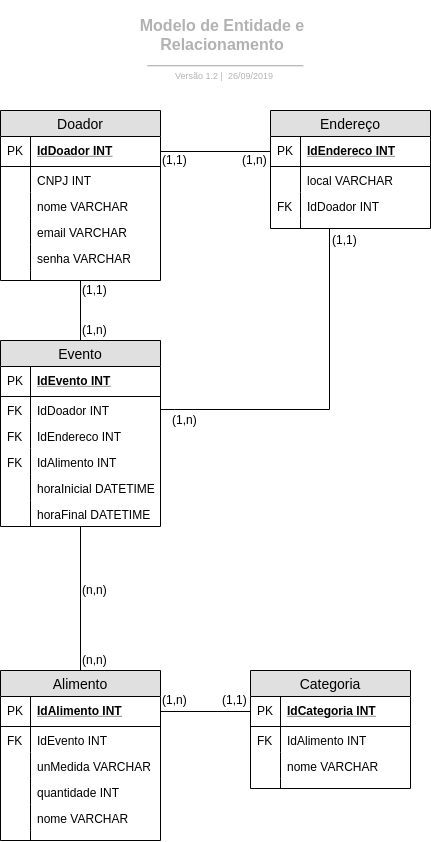
fga-eps-mds/2019.2-FoodCare keeps this draw.io diagram as assets/images/doc-arquitetura/MER.png. Above is the earlier version. Source tidied: cells renumbered, new cells last; positions are measured from the earlier drawing's top-left corner, leaving out a move shared by most shapes.
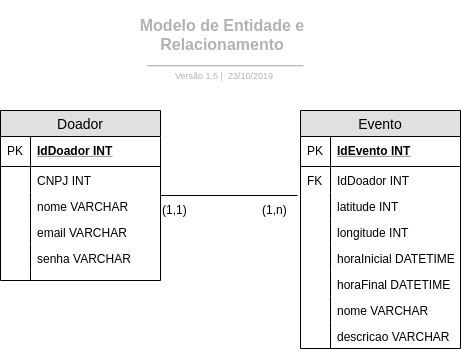
After the commit.

What changed in the source:
```diff
@@ -14,7 +14,7 @@
     <mxCell id="5" style="html=1;jettySize=18;fontSize=11;strokeColor=#b2b2b2;strokeOpacity=100;strokeWidth=1.2;rounded=1;arcSize=16;startArrow=none;endArrow=none;exitX=0.11699004487890208;exitY=0.9673824779331781;exitPerimeter=1;entryX=0.892957226153803;entryY=0.9673824779331781;entryPerimeter=1;" parent="3" edge="1" source="4" target="4">
       <mxGeometry relative="1" as="geometry" />
     </mxCell>
-    <mxCell id="6" value="Versão 1.2 |&amp;nbsp; 26/09/2019" style="html=1;whiteSpace=wrap;fontSize=9;fontColor=#b2b2b2;align=center;spacingLeft=5.628;spacingRight=9.38;spacingTop=2.68;spacing=4;strokeOpacity=0;fillOpacity=0;rounded=1;absoluteArcSize=1;arcSize=9.6;fillColor=#ffffff;strokeWidth=1.2;" parent="3" vertex="1">
+    <mxCell id="6" value="Versão 1.5 |&amp;nbsp; 23/10/2019" style="html=1;whiteSpace=wrap;fontSize=9;fontColor=#b2b2b2;align=center;spacingLeft=5.628;spacingRight=9.38;spacingTop=2.68;spacing=4;strokeOpacity=0;fillOpacity=0;rounded=1;absoluteArcSize=1;arcSize=9.6;fillColor=#ffffff;strokeWidth=1.2;" parent="3" vertex="1">
       <mxGeometry x="1.7" y="65.2" width="188.3" height="17.8" as="geometry" />
     </mxCell>
     <mxCell id="7" value="Doador" style="swimlane;fontStyle=0;horizontal=1;startSize=26;fillColor=#e0e0e0;swimlaneFillColor=#ffffff;align=center;fontSize=14;" parent="1" vertex="1">
@@ -56,41 +56,11 @@
     <mxCell id="19" style="shape=partialRectangle;top=0;left=0;bottom=0;fillColor=none;align=left;verticalAlign=top;spacingLeft=4;spacingRight=4;overflow=hidden;fontSize=12;" parent="18" vertex="1">
       <mxGeometry width="30" height="10" as="geometry" />
     </mxCell>
-    <mxCell id="20" style="edgeStyle=orthogonalEdgeStyle;rounded=0;jettySize=auto;html=1;exitX=1;exitY=0.5;exitDx=0;exitDy=0;endArrow=none;endFill=0;entryX=0;entryY=0.5;entryDx=0;entryDy=0;" parent="1" edge="1" source="8" target="22">
-      <mxGeometry relative="1" as="geometry" />
-    </mxCell>
-    <mxCell id="21" value="Endereço" style="swimlane;fontStyle=0;horizontal=1;startSize=26;fillColor=#e0e0e0;swimlaneFillColor=#ffffff;align=center;fontSize=14;" parent="1" vertex="1">
-      <mxGeometry x="270" y="110" width="160" height="118" as="geometry" />
-    </mxCell>
-    <mxCell id="22" value="IdEndereco INT" style="shape=partialRectangle;top=0;left=0;right=0;bottom=1;align=left;verticalAlign=middle;fillColor=none;spacingLeft=34;spacingRight=4;overflow=hidden;points=[[0,0.5],[1,0.5]];portConstraint=eastwest;fontStyle=5;fontSize=12;" parent="21" vertex="1">
-      <mxGeometry y="26" width="160" height="30" as="geometry" />
-    </mxCell>
-    <mxCell id="23" value="PK" style="shape=partialRectangle;top=0;left=0;bottom=0;fillColor=none;align=left;verticalAlign=middle;spacingLeft=4;spacingRight=4;overflow=hidden;fontSize=12;" parent="22" vertex="1">
-      <mxGeometry width="30" height="30" as="geometry" />
-    </mxCell>
-    <mxCell id="24" value="local VARCHAR" style="shape=partialRectangle;top=0;left=0;right=0;bottom=0;align=left;verticalAlign=top;fillColor=none;spacingLeft=34;spacingRight=4;overflow=hidden;fontSize=12;" parent="21" vertex="1">
-      <mxGeometry y="56" width="160" height="26" as="geometry" />
-    </mxCell>
-    <mxCell id="25" style="shape=partialRectangle;top=0;left=0;bottom=0;fillColor=none;align=left;verticalAlign=top;spacingLeft=4;spacingRight=4;overflow=hidden;fontSize=12;" parent="24" vertex="1">
-      <mxGeometry width="30" height="26" as="geometry" />
-    </mxCell>
-    <mxCell id="26" value="IdDoador INT" style="shape=partialRectangle;top=0;left=0;right=0;bottom=0;align=left;verticalAlign=top;fillColor=none;spacingLeft=34;spacingRight=4;overflow=hidden;fontSize=12;" parent="21" vertex="1">
-      <mxGeometry y="82" width="160" height="26" as="geometry" />
-    </mxCell>
-    <mxCell id="27" value="FK" style="shape=partialRectangle;top=0;left=0;bottom=0;fillColor=none;align=left;verticalAlign=top;spacingLeft=4;spacingRight=4;overflow=hidden;fontSize=12;" parent="26" vertex="1">
-      <mxGeometry width="30" height="26" as="geometry" />
-    </mxCell>
-    <mxCell id="28" style="shape=partialRectangle;top=0;left=0;right=0;bottom=0;align=left;verticalAlign=top;fillColor=none;spacingLeft=34;spacingRight=4;overflow=hidden;points=[[0,0.5],[1,0.5]];portConstraint=eastwest;fontSize=12;" parent="21" vertex="1">
-      <mxGeometry y="108" width="160" height="10" as="geometry" />
-    </mxCell>
-    <mxCell id="29" style="shape=partialRectangle;top=0;left=0;bottom=0;fillColor=none;align=left;verticalAlign=top;spacingLeft=4;spacingRight=4;overflow=hidden;fontSize=12;" parent="28" vertex="1">
-      <mxGeometry width="30" height="10" as="geometry" />
-    </mxCell>
-    <mxCell id="30" style="edgeStyle=orthogonalEdgeStyle;rounded=0;jettySize=auto;html=1;exitX=0.5;exitY=0;exitDx=0;exitDy=0;endArrow=none;endFill=0;" parent="1" edge="1" source="31" target="7">
+    <mxCell id="30" style="edgeStyle=orthogonalEdgeStyle;rounded=0;jettySize=auto;html=1;endArrow=none;endFill=0;exitX=-0.019;exitY=0.115;exitDx=0;exitDy=0;exitPerimeter=0;" parent="1" edge="1" source="36" target="7">
       <mxGeometry relative="1" as="geometry" />
     </mxCell>
     <mxCell id="31" value="Evento" style="swimlane;fontStyle=0;horizontal=1;startSize=26;fillColor=#e0e0e0;swimlaneFillColor=#ffffff;align=center;fontSize=14;" parent="1" vertex="1">
-      <mxGeometry y="340" width="160" height="186" as="geometry" />
+      <mxGeometry x="300" y="110" width="160" height="238" as="geometry" />
     </mxCell>
     <mxCell id="32" value="IdEvento INT" style="shape=partialRectangle;top=0;left=0;right=0;bottom=1;align=left;verticalAlign=middle;fillColor=none;spacingLeft=34;spacingRight=4;overflow=hidden;points=[[0,0.5],[1,0.5]];portConstraint=eastwest;fontStyle=5;fontSize=12;" parent="31" vertex="1">
       <mxGeometry y="26" width="160" height="30" as="geometry" />
@@ -104,140 +74,47 @@
     <mxCell id="35" value="FK" style="shape=partialRectangle;top=0;left=0;bottom=0;fillColor=none;align=left;verticalAlign=top;spacingLeft=4;spacingRight=4;overflow=hidden;fontSize=12;" parent="34" vertex="1">
       <mxGeometry width="30" height="26" as="geometry" />
     </mxCell>
-    <mxCell id="36" value="IdEndereco INT" style="shape=partialRectangle;top=0;left=0;right=0;bottom=0;align=left;verticalAlign=top;fillColor=none;spacingLeft=34;spacingRight=4;overflow=hidden;points=[[0,0.5],[1,0.5]];portConstraint=eastwest;fontSize=12;" parent="31" vertex="1">
+    <mxCell id="36" value="latitude INT" style="shape=partialRectangle;top=0;left=0;right=0;bottom=0;align=left;verticalAlign=top;fillColor=none;spacingLeft=34;spacingRight=4;overflow=hidden;points=[[0,0.5],[1,0.5]];portConstraint=eastwest;fontSize=12;" parent="31" vertex="1">
       <mxGeometry y="82" width="160" height="26" as="geometry" />
     </mxCell>
-    <mxCell id="37" value="FK" style="shape=partialRectangle;top=0;left=0;bottom=0;fillColor=none;align=left;verticalAlign=top;spacingLeft=4;spacingRight=4;overflow=hidden;fontSize=12;" parent="36" vertex="1">
+    <mxCell id="37" style="shape=partialRectangle;top=0;left=0;bottom=0;fillColor=none;align=left;verticalAlign=top;spacingLeft=4;spacingRight=4;overflow=hidden;fontSize=12;" parent="36" vertex="1">
       <mxGeometry width="30" height="26" as="geometry" />
     </mxCell>
-    <mxCell id="38" value="IdAlimento INT" style="shape=partialRectangle;top=0;left=0;right=0;bottom=0;align=left;verticalAlign=top;fillColor=none;spacingLeft=34;spacingRight=4;overflow=hidden;fontSize=12;" parent="31" vertex="1">
-      <mxGeometry y="108" width="160" height="26" as="geometry" />
-    </mxCell>
-    <mxCell id="39" value="FK" style="shape=partialRectangle;top=0;left=0;bottom=0;fillColor=none;align=left;verticalAlign=top;spacingLeft=4;spacingRight=4;overflow=hidden;fontSize=12;" parent="38" vertex="1">
-      <mxGeometry width="30" height="26" as="geometry" />
-    </mxCell>
+    <mxCell id="79" value="longitude INT" style="shape=partialRectangle;top=0;left=0;right=0;bottom=0;align=left;verticalAlign=top;fillColor=none;spacingLeft=34;spacingRight=4;overflow=hidden;fontSize=12;" parent="31" vertex="1">
+      <mxGeometry y="108" width="160" height="26" as="geometry" />
+    </mxCell>
+    <mxCell id="80" style="shape=partialRectangle;top=0;left=0;bottom=0;fillColor=none;align=left;verticalAlign=top;spacingLeft=4;spacingRight=4;overflow=hidden;fontSize=12;" parent="79" vertex="1">
+      <mxGeometry width="30" height="26" as="geometry" />
+    </mxCell>
     <mxCell id="40" value="horaInicial DATETIME" style="shape=partialRectangle;top=0;left=0;right=0;bottom=0;align=left;verticalAlign=top;fillColor=none;spacingLeft=34;spacingRight=4;overflow=hidden;fontSize=12;" parent="31" vertex="1">
       <mxGeometry y="134" width="160" height="26" as="geometry" />
     </mxCell>
     <mxCell id="41" style="shape=partialRectangle;top=0;left=0;bottom=0;fillColor=none;align=left;verticalAlign=top;spacingLeft=4;spacingRight=4;overflow=hidden;fontSize=12;" parent="40" vertex="1">
       <mxGeometry width="30" height="26" as="geometry" />
     </mxCell>
+    <mxCell id="81" value="horaFinal DATETIME" style="shape=partialRectangle;top=0;left=0;right=0;bottom=0;align=left;verticalAlign=top;fillColor=none;spacingLeft=34;spacingRight=4;overflow=hidden;fontSize=12;" parent="31" vertex="1">
+      <mxGeometry y="160" width="160" height="26" as="geometry" />
+    </mxCell>
+    <mxCell id="82" style="shape=partialRectangle;top=0;left=0;bottom=0;fillColor=none;align=left;verticalAlign=top;spacingLeft=4;spacingRight=4;overflow=hidden;fontSize=12;" parent="81" vertex="1">
+      <mxGeometry width="30" height="26" as="geometry" />
+    </mxCell>
-    <mxCell id="42" value="horaFinal DATETIME" style="shape=partialRectangle;top=0;left=0;right=0;bottom=0;align=left;verticalAlign=top;fillColor=none;spacingLeft=34;spacingRight=4;overflow=hidden;fontSize=12;" parent="31" vertex="1">
-      <mxGeometry y="160" width="160" height="26" as="geometry" />
+    <mxCell id="42" value="nome VARCHAR" style="shape=partialRectangle;top=0;left=0;right=0;bottom=0;align=left;verticalAlign=top;fillColor=none;spacingLeft=34;spacingRight=4;overflow=hidden;fontSize=12;" parent="31" vertex="1">
+      <mxGeometry y="186" width="160" height="26" as="geometry" />
     </mxCell>
     <mxCell id="43" style="shape=partialRectangle;top=0;left=0;bottom=0;fillColor=none;align=left;verticalAlign=top;spacingLeft=4;spacingRight=4;overflow=hidden;fontSize=12;" parent="42" vertex="1">
       <mxGeometry width="30" height="26" as="geometry" />
     </mxCell>
-    <mxCell id="44" style="edgeStyle=orthogonalEdgeStyle;rounded=0;jettySize=auto;html=1;entryX=0.556;entryY=1;entryDx=0;entryDy=0;entryPerimeter=0;endArrow=none;endFill=0;exitX=1;exitY=0.5;exitDx=0;exitDy=0;" parent="1" edge="1" source="32" target="28">
-      <mxGeometry relative="1" as="geometry">
-        <Array as="points">
-          <mxPoint x="174" y="409" />
-          <mxPoint x="329" y="409" />
-          <mxPoint x="329" y="248" />
-        </Array>
-      </mxGeometry>
-    </mxCell>
-    <mxCell id="45" style="edgeStyle=orthogonalEdgeStyle;rounded=0;jettySize=auto;html=1;exitX=0.5;exitY=0;exitDx=0;exitDy=0;endArrow=none;endFill=0;" parent="1" edge="1" source="46" target="31">
-      <mxGeometry relative="1" as="geometry" />
-    </mxCell>
-    <mxCell id="46" value="Alimento" style="swimlane;fontStyle=0;horizontal=1;startSize=26;fillColor=#e0e0e0;swimlaneFillColor=#ffffff;align=center;fontSize=14;" parent="1" vertex="1">
-      <mxGeometry y="670" width="160" height="170" as="geometry" />
-    </mxCell>
-    <mxCell id="47" value="IdAlimento INT" style="shape=partialRectangle;top=0;left=0;right=0;bottom=1;align=left;verticalAlign=middle;fillColor=none;spacingLeft=34;spacingRight=4;overflow=hidden;points=[[0,0.5],[1,0.5]];portConstraint=eastwest;fontStyle=5;fontSize=12;" parent="46" vertex="1">
-      <mxGeometry y="26" width="160" height="30" as="geometry" />
-    </mxCell>
-    <mxCell id="48" value="PK" style="shape=partialRectangle;top=0;left=0;bottom=0;fillColor=none;align=left;verticalAlign=middle;spacingLeft=4;spacingRight=4;overflow=hidden;fontSize=12;" parent="47" vertex="1">
-      <mxGeometry width="30" height="30" as="geometry" />
-    </mxCell>
-    <mxCell id="49" value="IdEvento INT" style="shape=partialRectangle;top=0;left=0;right=0;bottom=0;align=left;verticalAlign=top;fillColor=none;spacingLeft=34;spacingRight=4;overflow=hidden;fontSize=12;" parent="46" vertex="1">
-      <mxGeometry y="56" width="160" height="26" as="geometry" />
-    </mxCell>
-    <mxCell id="50" value="FK" style="shape=partialRectangle;top=0;left=0;bottom=0;fillColor=none;align=left;verticalAlign=top;spacingLeft=4;spacingRight=4;overflow=hidden;fontSize=12;" parent="49" vertex="1">
-      <mxGeometry width="30" height="26" as="geometry" />
-    </mxCell>
-    <mxCell id="51" value="unMedida VARCHAR" style="shape=partialRectangle;top=0;left=0;right=0;bottom=0;align=left;verticalAlign=top;fillColor=none;spacingLeft=34;spacingRight=4;overflow=hidden;fontSize=12;" parent="46" vertex="1">
-      <mxGeometry y="82" width="160" height="26" as="geometry" />
-    </mxCell>
-    <mxCell id="52" style="shape=partialRectangle;top=0;left=0;bottom=0;fillColor=none;align=left;verticalAlign=top;spacingLeft=4;spacingRight=4;overflow=hidden;fontSize=12;" parent="51" vertex="1">
-      <mxGeometry width="30" height="26" as="geometry" />
-    </mxCell>
-    <mxCell id="53" value="quantidade INT" style="shape=partialRectangle;top=0;left=0;right=0;bottom=0;align=left;verticalAlign=top;fillColor=none;spacingLeft=34;spacingRight=4;overflow=hidden;fontSize=12;" parent="46" vertex="1">
-      <mxGeometry y="108" width="160" height="26" as="geometry" />
-    </mxCell>
-    <mxCell id="54" style="shape=partialRectangle;top=0;left=0;bottom=0;fillColor=none;align=left;verticalAlign=top;spacingLeft=4;spacingRight=4;overflow=hidden;fontSize=12;" parent="53" vertex="1">
-      <mxGeometry width="30" height="26" as="geometry" />
-    </mxCell>
-    <mxCell id="55" value="nome VARCHAR" style="shape=partialRectangle;top=0;left=0;right=0;bottom=0;align=left;verticalAlign=top;fillColor=none;spacingLeft=34;spacingRight=4;overflow=hidden;fontSize=12;" parent="46" vertex="1">
-      <mxGeometry y="134" width="160" height="26" as="geometry" />
-    </mxCell>
-    <mxCell id="56" style="shape=partialRectangle;top=0;left=0;bottom=0;fillColor=none;align=left;verticalAlign=top;spacingLeft=4;spacingRight=4;overflow=hidden;fontSize=12;" parent="55" vertex="1">
-      <mxGeometry width="30" height="26" as="geometry" />
-    </mxCell>
-    <mxCell id="57" style="shape=partialRectangle;top=0;left=0;right=0;bottom=0;align=left;verticalAlign=top;fillColor=none;spacingLeft=34;spacingRight=4;overflow=hidden;fontSize=12;" parent="46" vertex="1">
-      <mxGeometry y="160" width="160" height="10" as="geometry" />
-    </mxCell>
-    <mxCell id="58" style="shape=partialRectangle;top=0;left=0;bottom=0;fillColor=none;align=left;verticalAlign=top;spacingLeft=4;spacingRight=4;overflow=hidden;fontSize=12;" parent="57" vertex="1">
-      <mxGeometry width="30" height="10" as="geometry" />
-    </mxCell>
-    <mxCell id="59" value="Categoria" style="swimlane;fontStyle=0;horizontal=1;startSize=26;fillColor=#e0e0e0;swimlaneFillColor=#ffffff;align=center;fontSize=14;" parent="1" vertex="1">
-      <mxGeometry x="250" y="670" width="160" height="118" as="geometry" />
-    </mxCell>
-    <mxCell id="60" value="IdCategoria INT" style="shape=partialRectangle;top=0;left=0;right=0;bottom=1;align=left;verticalAlign=middle;fillColor=none;spacingLeft=34;spacingRight=4;overflow=hidden;points=[[0,0.5],[1,0.5]];portConstraint=eastwest;fontStyle=5;fontSize=12;" parent="59" vertex="1">
-      <mxGeometry y="26" width="160" height="30" as="geometry" />
-    </mxCell>
-    <mxCell id="61" value="PK" style="shape=partialRectangle;top=0;left=0;bottom=0;fillColor=none;align=left;verticalAlign=middle;spacingLeft=4;spacingRight=4;overflow=hidden;fontSize=12;" parent="60" vertex="1">
-      <mxGeometry width="30" height="30" as="geometry" />
-    </mxCell>
-    <mxCell id="62" value="IdAlimento INT" style="shape=partialRectangle;top=0;left=0;right=0;bottom=0;align=left;verticalAlign=top;fillColor=none;spacingLeft=34;spacingRight=4;overflow=hidden;fontSize=12;" parent="59" vertex="1">
-      <mxGeometry y="56" width="160" height="26" as="geometry" />
-    </mxCell>
-    <mxCell id="63" value="FK" style="shape=partialRectangle;top=0;left=0;bottom=0;fillColor=none;align=left;verticalAlign=top;spacingLeft=4;spacingRight=4;overflow=hidden;fontSize=12;" parent="62" vertex="1">
-      <mxGeometry width="30" height="26" as="geometry" />
-    </mxCell>
-    <mxCell id="64" value="nome VARCHAR" style="shape=partialRectangle;top=0;left=0;right=0;bottom=0;align=left;verticalAlign=top;fillColor=none;spacingLeft=34;spacingRight=4;overflow=hidden;fontSize=12;" parent="59" vertex="1">
-      <mxGeometry y="82" width="160" height="26" as="geometry" />
-    </mxCell>
-    <mxCell id="65" style="shape=partialRectangle;top=0;left=0;bottom=0;fillColor=none;align=left;verticalAlign=top;spacingLeft=4;spacingRight=4;overflow=hidden;fontSize=12;" parent="64" vertex="1">
-      <mxGeometry width="30" height="26" as="geometry" />
-    </mxCell>
-    <mxCell id="66" style="shape=partialRectangle;top=0;left=0;right=0;bottom=0;align=left;verticalAlign=top;fillColor=none;spacingLeft=34;spacingRight=4;overflow=hidden;fontSize=12;" parent="59" vertex="1">
-      <mxGeometry y="108" width="160" height="10" as="geometry" />
-    </mxCell>
-    <mxCell id="67" style="shape=partialRectangle;top=0;left=0;bottom=0;fillColor=none;align=left;verticalAlign=top;spacingLeft=4;spacingRight=4;overflow=hidden;fontSize=12;" parent="66" vertex="1">
-      <mxGeometry width="30" height="10" as="geometry" />
-    </mxCell>
-    <mxCell id="68" style="edgeStyle=orthogonalEdgeStyle;rounded=0;jettySize=auto;html=1;exitX=1;exitY=0.5;exitDx=0;exitDy=0;entryX=0;entryY=0.5;entryDx=0;entryDy=0;endArrow=none;endFill=0;" parent="1" edge="1" source="47" target="60">
-      <mxGeometry relative="1" as="geometry" />
-    </mxCell>
-    <mxCell id="69" value="(1,1)" style="text;html=1;align=left;verticalAlign=top;spacingTop=-4;" parent="1" vertex="1">
-      <mxGeometry x="160" y="150" width="40" height="20" as="geometry" />
-    </mxCell>
-    <mxCell id="70" value="(1,n)" style="text;html=1;align=left;verticalAlign=top;spacingTop=-4;" parent="1" vertex="1">
-      <mxGeometry x="240" y="150" width="40" height="20" as="geometry" />
-    </mxCell>
+    <mxCell id="83" value="descricao VARCHAR" style="shape=partialRectangle;top=0;left=0;right=0;bottom=0;align=left;verticalAlign=top;fillColor=none;spacingLeft=34;spacingRight=4;overflow=hidden;fontSize=12;" parent="31" vertex="1">
+      <mxGeometry y="212" width="160" height="26" as="geometry" />
+    </mxCell>
+    <mxCell id="84" style="shape=partialRectangle;top=0;left=0;bottom=0;fillColor=none;align=left;verticalAlign=top;spacingLeft=4;spacingRight=4;overflow=hidden;fontSize=12;" parent="83" vertex="1">
+      <mxGeometry width="30" height="26" as="geometry" />
+    </mxCell>
     <mxCell id="71" value="(1,1)" style="text;html=1;align=left;verticalAlign=top;spacingTop=-4;" parent="1" vertex="1">
-      <mxGeometry x="80" y="280" width="40" height="20" as="geometry" />
+      <mxGeometry x="160" y="200" width="40" height="20" as="geometry" />
     </mxCell>
     <mxCell id="72" value="(1,n)" style="text;html=1;align=left;verticalAlign=top;spacingTop=-4;" parent="1" vertex="1">
-      <mxGeometry x="80" y="320" width="40" height="20" as="geometry" />
+      <mxGeometry x="260" y="200" width="40" height="20" as="geometry" />
     </mxCell>
-    <mxCell id="73" value="(1,1)" style="text;html=1;align=left;verticalAlign=top;spacingTop=-4;" parent="1" vertex="1">
-      <mxGeometry x="330" y="230" width="40" height="20" as="geometry" />
-    </mxCell>
-    <mxCell id="74" value="(1,n)" style="text;html=1;align=left;verticalAlign=top;spacingTop=-4;" parent="1" vertex="1">
-      <mxGeometry x="170" y="410" width="40" height="20" as="geometry" />
-    </mxCell>
-    <mxCell id="75" value="(n,n)" style="text;html=1;align=left;verticalAlign=top;spacingTop=-4;" parent="1" vertex="1">
-      <mxGeometry x="80" y="650" width="40" height="20" as="geometry" />
-    </mxCell>
-    <mxCell id="76" value="(n,n)" style="text;html=1;align=left;verticalAlign=top;spacingTop=-4;" parent="1" vertex="1">
-      <mxGeometry x="80" y="580" width="40" height="20" as="geometry" />
-    </mxCell>
-    <mxCell id="77" value="(1,1)" style="text;html=1;align=left;verticalAlign=top;spacingTop=-4;" parent="1" vertex="1">
-      <mxGeometry x="220" y="690" width="40" height="20" as="geometry" />
-    </mxCell>
-    <mxCell id="78" value="(1,n)" style="text;html=1;align=left;verticalAlign=top;spacingTop=-4;" parent="1" vertex="1">
-      <mxGeometry x="160" y="690" width="40" height="20" as="geometry" />
-    </mxCell>
   </root>
 </mxGraphModel>
```
